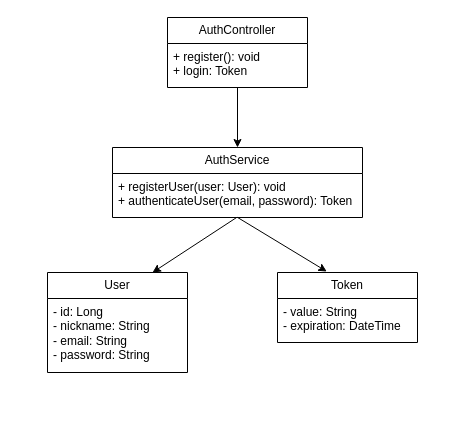
The draw.io diagram Diagrama_De_Classes.drawio in Inatel-S03-20261/Tema-01, before the edit. Source tidied: cells renumbered, new cells numbered last; positions are measured from the earlier drawing's top-left corner, leaving out a move shared by most shapes. Both pictures are drawn from the tidied source at 100%, with x=0, y=0 at pixel (47, 17).
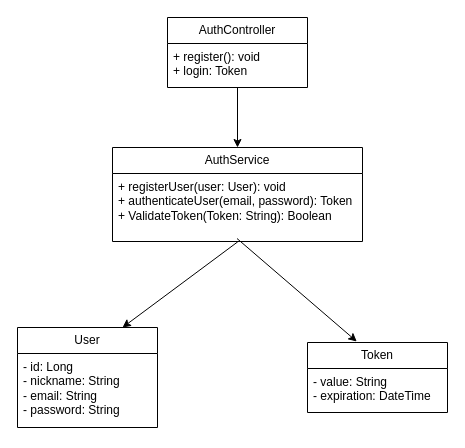
The same diagram, later.

Commit message (it also covers changes not shown here):
Adicionando o arquivo de diagrama de casos e de classes final

What changed in the source:
```diff
@@
 <mxGraphModel>
   <root>
     <mxCell id="0" />
     <mxCell id="1" parent="0" />
     <mxCell id="2" value="User" style="swimlane;fontStyle=0;horizontal=1;startSize=26;fillColor=none;whiteSpace=wrap;html=1;" parent="1" vertex="1">
-      <mxGeometry y="255" width="140" height="100" as="geometry" />
+      <mxGeometry x="-30" y="310" width="140" height="100" as="geometry" />
     </mxCell>
     <mxCell id="3" value="&lt;div&gt;- id: Long&lt;/div&gt;- nickname: String&lt;div&gt;- email: String&lt;/div&gt;&lt;div&gt;- password: String&lt;/div&gt;" style="text;strokeColor=none;fillColor=none;align=left;verticalAlign=top;spacingLeft=4;spacingRight=4;overflow=hidden;whiteSpace=wrap;html=1;" parent="2" vertex="1">
       <mxGeometry y="26" width="140" height="74" as="geometry" />
     </mxCell>
     <mxCell id="4" value="Token" style="swimlane;fontStyle=0;horizontal=1;startSize=26;fillColor=none;whiteSpace=wrap;html=1;" parent="1" vertex="1">
-      <mxGeometry x="230" y="255" width="140" height="70" as="geometry" />
+      <mxGeometry x="260" y="325" width="140" height="70" as="geometry" />
     </mxCell>
     <mxCell id="5" value="&lt;div&gt;&lt;span style=&quot;background-color: transparent; color: light-dark(rgb(0, 0, 0), rgb(255, 255, 255));&quot;&gt;- value: String&lt;/span&gt;&lt;/div&gt;&lt;div&gt;- expiration: DateTime&lt;/div&gt;" style="text;strokeColor=none;fillColor=none;align=left;verticalAlign=top;spacingLeft=4;spacingRight=4;overflow=hidden;whiteSpace=wrap;html=1;" parent="4" vertex="1">
       <mxGeometry y="26" width="140" height="44" as="geometry" />
     </mxCell>
     <mxCell id="6" style="edgeStyle=orthogonalEdgeStyle;rounded=0;jettySize=auto;html=1;entryX=0.5;entryY=0;entryDx=0;entryDy=0;" parent="1" edge="1" source="7" target="10">
       <mxGeometry relative="1" as="geometry" />
     </mxCell>
     <mxCell id="7" value="AuthController" style="swimlane;fontStyle=0;horizontal=1;startSize=26;fillColor=none;whiteSpace=wrap;html=1;" parent="1" vertex="1">
       <mxGeometry x="120" width="140" height="70" as="geometry" />
     </mxCell>
     <mxCell id="8" value="&lt;div&gt;&lt;span style=&quot;background-color: transparent; color: light-dark(rgb(0, 0, 0), rgb(255, 255, 255));&quot;&gt;+ register(): void&lt;/span&gt;&lt;/div&gt;&lt;div&gt;+ login: Token&lt;/div&gt;" style="text;strokeColor=none;fillColor=none;align=left;verticalAlign=top;spacingLeft=4;spacingRight=4;overflow=hidden;whiteSpace=wrap;html=1;" parent="7" vertex="1">
       <mxGeometry y="26" width="140" height="44" as="geometry" />
     </mxCell>
-    <mxCell id="9" style="rounded=0;jettySize=auto;html=1;entryX=0.75;entryY=0;entryDx=0;entryDy=0;exitX=0.497;exitY=0.998;exitDx=0;exitDy=0;exitPerimeter=0;" parent="1" edge="1" source="11" target="2">
+    <mxCell id="9" style="rounded=0;jettySize=auto;html=1;entryX=0.75;entryY=0;entryDx=0;entryDy=0;exitX=0.501;exitY=1.024;exitDx=0;exitDy=0;exitPerimeter=0;" parent="1" edge="1" source="13" target="2">
       <mxGeometry relative="1" as="geometry" />
     </mxCell>
     <mxCell id="10" value="AuthService" style="swimlane;fontStyle=0;horizontal=1;startSize=26;fillColor=none;whiteSpace=wrap;html=1;" parent="1" vertex="1">
-      <mxGeometry x="65" y="130" width="250" height="70" as="geometry" />
+      <mxGeometry x="65" y="130" width="250" height="94" as="geometry" />
     </mxCell>
-    <mxCell id="11" value="&lt;div&gt;&lt;span style=&quot;background-color: transparent; color: light-dark(rgb(0, 0, 0), rgb(255, 255, 255));&quot;&gt;+ registerUser(user: User): void&lt;/span&gt;&lt;/div&gt;&lt;div&gt;+ authenticateUser(email, password): Token&lt;/div&gt;" style="text;strokeColor=none;fillColor=none;align=left;verticalAlign=top;spacingLeft=4;spacingRight=4;overflow=hidden;points=[[0,0.5],[1,0.5]];portConstraint=eastwest;whiteSpace=wrap;html=1;" parent="10" vertex="1">
-      <mxGeometry y="26" width="250" height="44" as="geometry" />
+    <mxCell id="11" value="&lt;div&gt;&lt;span style=&quot;background-color: transparent; color: light-dark(rgb(0, 0, 0), rgb(255, 255, 255));&quot;&gt;+ registerUser(user: User): void&lt;/span&gt;&lt;/div&gt;&lt;div&gt;+ authenticateUser(email, password): Token&lt;/div&gt;&lt;div&gt;+ ValidateToken(Token: String): Boolean&lt;/div&gt;" style="text;strokeColor=none;fillColor=none;align=left;verticalAlign=top;spacingLeft=4;spacingRight=4;overflow=hidden;points=[[0,0.5],[1,0.5]];portConstraint=eastwest;whiteSpace=wrap;html=1;" parent="10" vertex="1">
+      <mxGeometry y="26" width="250" height="54" as="geometry" />
     </mxCell>
+    <mxCell id="13" style="text;strokeColor=none;fillColor=none;align=left;verticalAlign=middle;spacingTop=-1;spacingLeft=4;spacingRight=4;labelPosition=right;points=[];portConstraint=eastwest;" parent="10" vertex="1">
+      <mxGeometry y="80" width="250" height="14" as="geometry" />
+    </mxCell>
-    <mxCell id="12" style="rounded=0;jettySize=auto;html=1;entryX=0.352;entryY=-0.014;entryDx=0;entryDy=0;entryPerimeter=0;exitX=0.5;exitY=0.998;exitDx=0;exitDy=0;exitPerimeter=0;" parent="1" edge="1" source="11" target="4">
+    <mxCell id="12" style="rounded=0;jettySize=auto;html=1;entryX=0.352;entryY=-0.014;entryDx=0;entryDy=0;entryPerimeter=0;exitX=0.498;exitY=0.786;exitDx=0;exitDy=0;exitPerimeter=0;" parent="1" edge="1" source="13" target="4">
       <mxGeometry relative="1" as="geometry" />
     </mxCell>
   </root>
 </mxGraphModel>
```
